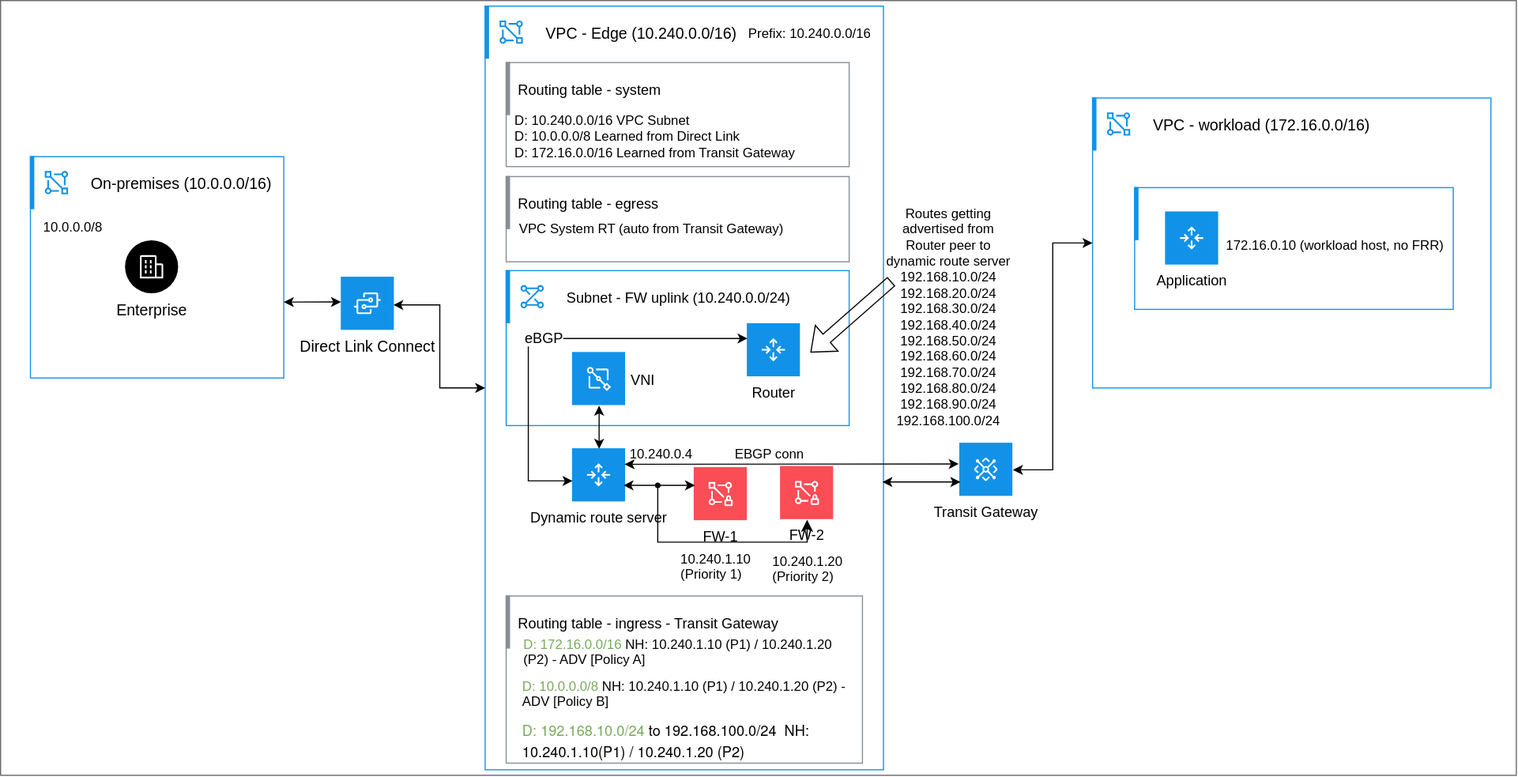
Before: images/drs-route-learning-router-peer-group.svg, a diagram exported from draw.io (ibm-cloud-docs/vpc). Source tidied: cells renumbered, new cells last; positions are measured from the earlier drawing's top-left corner, leaving out a move shared by most shapes.
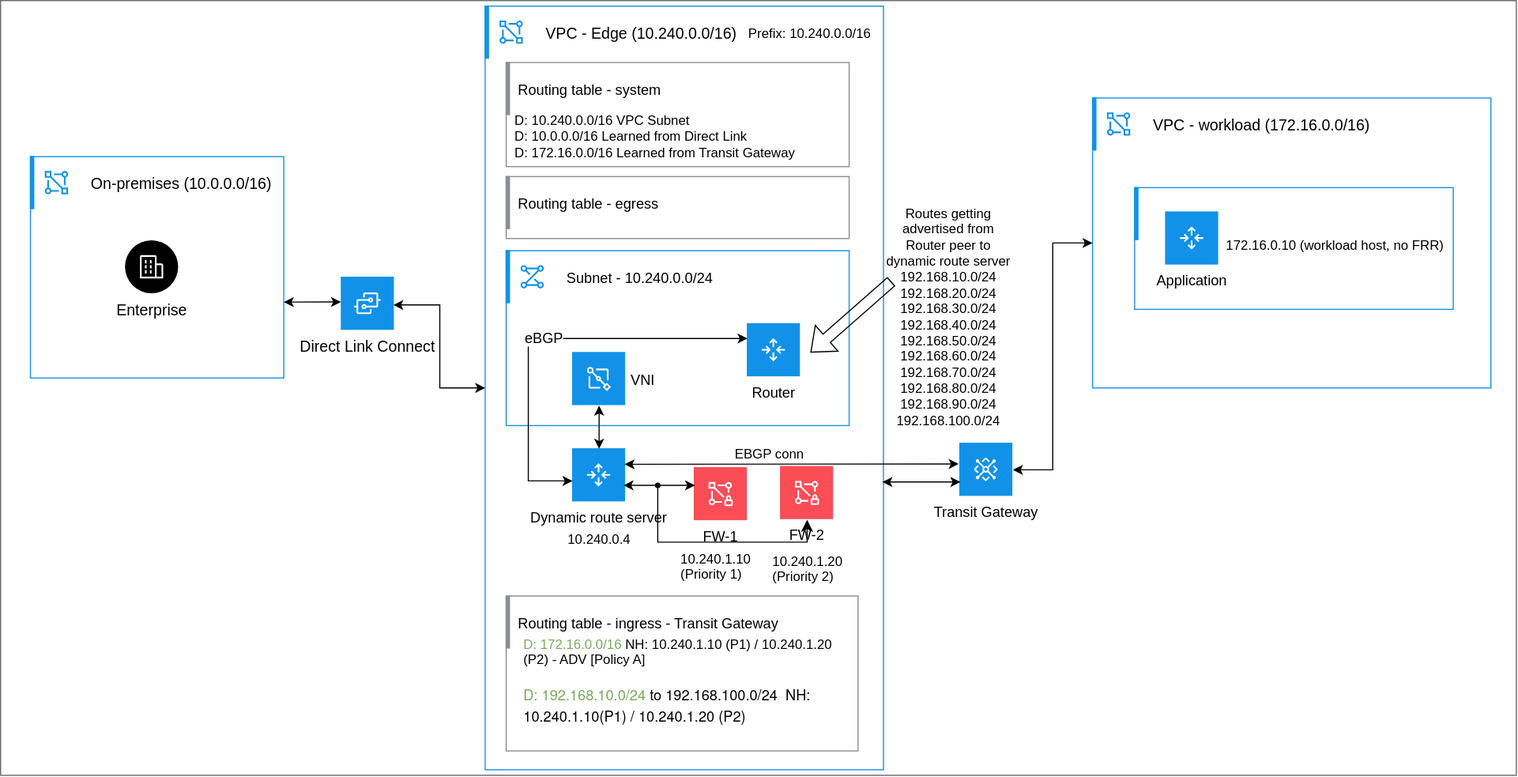
After the change.

The edit, as a diff of the source:
```diff
@@ -28,22 +28,19 @@
     <mxCell id="9" value="Routing table - system" style="shape=rect;fillColor=#878D96;labelPosition=right;verticalLabelPosition=middle;align=left;verticalAlign=middle;strokeColor=none;spacingLeft=5;fontSize=13;" parent="8" vertex="1">
       <mxGeometry width="4" height="48" relative="1" as="geometry" />
     </mxCell>
-    <mxCell id="10" value="D: 10.240.0.0/16 VPC Subnet&lt;br&gt;D: 10.0.0.0/8 Learned from Direct Link&lt;br&gt;D: 172.16.0.0/16 Learned from Transit Gateway" style="text;html=1;align=left;verticalAlign=top;whiteSpace=wrap;rounded=0;fontSize=12;" parent="1" vertex="1">
+    <mxCell id="10" value="D: 10.240.0.0/16 VPC Subnet&lt;br&gt;D: 10.0.0.0/16 Learned from Direct Link&lt;br&gt;D: 172.16.0.0/16 Learned from Transit Gateway" style="text;html=1;align=left;verticalAlign=top;whiteSpace=wrap;rounded=0;fontSize=12;" parent="1" vertex="1">
       <mxGeometry x="463" y="95" width="295" height="60" as="geometry" />
     </mxCell>
     <mxCell id="11" style="html=1;whiteSpace=wrap;strokeColor=#878D96;fillColor=none;strokeWidth=1;" parent="1" vertex="1">
-      <mxGeometry x="457" y="159" width="310" height="77" as="geometry" />
+      <mxGeometry x="457" y="159" width="310" height="56" as="geometry" />
     </mxCell>
     <mxCell id="12" value="Routing table - egress" style="shape=rect;fillColor=#878D96;labelPosition=right;verticalLabelPosition=middle;align=left;verticalAlign=middle;strokeColor=none;spacingLeft=5;fontSize=13;" parent="11" vertex="1">
       <mxGeometry width="4" height="48" relative="1" as="geometry" />
     </mxCell>
-    <mxCell id="13" value="VPC System RT (auto from Transit Gateway)" style="text;html=1;align=left;verticalAlign=top;whiteSpace=wrap;rounded=0;fontSize=12;" parent="1" vertex="1">
-      <mxGeometry x="467" y="193" width="295" height="20" as="geometry" />
-    </mxCell>
     <mxCell id="14" style="html=1;whiteSpace=wrap;strokeColor=#1192E8;fillColor=none;strokeWidth=1;" parent="1" vertex="1">
-      <mxGeometry x="457" y="244" width="310" height="140" as="geometry" />
+      <mxGeometry x="457" y="226" width="310" height="158" as="geometry" />
     </mxCell>
-    <mxCell id="15" value="Subnet - FW uplink (10.240.0.0/24)" style="shape=rect;fillColor=none;labelPosition=right;verticalLabelPosition=middle;align=left;verticalAlign=middle;strokeColor=none;spacingLeft=5;fontSize=13;" parent="14" vertex="1">
+    <mxCell id="15" value="Subnet - 10.240.0.0/24" style="shape=rect;fillColor=none;labelPosition=right;verticalLabelPosition=middle;align=left;verticalAlign=middle;strokeColor=none;spacingLeft=5;fontSize=13;" parent="14" vertex="1">
       <mxGeometry width="48" height="48" relative="1" as="geometry" />
     </mxCell>
     <mxCell id="16" style="fillColor=#1192E8;shape=mxgraph.ibm_cloud.ibm-cloud--subnets;strokeColor=none;dashed=0;html=1;labelPosition=center;verticalLabelPosition=bottom;verticalAlign=top;" parent="15" vertex="1">
@@ -63,7 +60,7 @@
       </mxGeometry>
     </mxCell>
     <mxCell id="20" value="10.240.0.4" style="text;html=1;align=left;verticalAlign=top;whiteSpace=wrap;rounded=0;fontSize=12;" parent="1" vertex="1">
-      <mxGeometry x="567" y="396" width="100" height="20" as="geometry" />
+      <mxGeometry x="511" y="472.5" width="60" height="20" as="geometry" />
     </mxCell>
     <mxCell id="21" value="Dynamic route server" style="shape=rect;fillColor=#1192E8;labelPosition=center;verticalLabelPosition=bottom;align=center;verticalAlign=top;strokeColor=none;fontSize=13;" parent="1" vertex="1">
       <mxGeometry x="517" y="405" width="48" height="48" as="geometry" />
@@ -88,7 +85,7 @@
       <mxGeometry x="613" y="491" width="67" height="43" as="geometry" />
     </mxCell>
     <mxCell id="27" style="html=1;whiteSpace=wrap;strokeColor=#878D96;fillColor=none;strokeWidth=1;" parent="1" vertex="1">
-      <mxGeometry x="457" y="538" width="322" height="151" as="geometry" />
+      <mxGeometry x="457" y="538" width="318" height="140" as="geometry" />
     </mxCell>
     <mxCell id="28" value="Routing table - ingress - Transit Gateway" style="shape=rect;fillColor=#878D96;labelPosition=right;verticalLabelPosition=middle;align=left;verticalAlign=middle;strokeColor=none;spacingLeft=5;fontSize=13;" parent="27" vertex="1">
       <mxGeometry width="4" height="48" relative="1" as="geometry" />
@@ -96,9 +93,6 @@
     <mxCell id="29" value="&lt;span style=&quot;color: rgb(119, 171, 91);&quot;&gt;D: 172.16.0.0/16&lt;/span&gt; NH: 10.240.1.10 (P1) / 10.240.1.20 (P2) - ADV [Policy A]" style="text;html=1;align=left;verticalAlign=top;whiteSpace=wrap;rounded=0;fontSize=12;" parent="1" vertex="1">
       <mxGeometry x="470.5" y="568" width="295" height="15" as="geometry" />
     </mxCell>
-    <mxCell id="30" value="&lt;span style=&quot;color: rgb(119, 171, 91);&quot;&gt;D: 10.0.0.0/8&lt;/span&gt; NH: 10.240.1.10 (P1) / 10.240.1.20 (P2) - ADV [Policy B]" style="text;html=1;align=left;verticalAlign=top;whiteSpace=wrap;rounded=0;fontSize=12;" parent="1" vertex="1">
-      <mxGeometry x="469.5" y="606" width="295" height="15" as="geometry" />
-    </mxCell>
     <mxCell id="31" value="Transit Gateway" style="shape=rect;fillColor=#1192E8;labelPosition=center;verticalLabelPosition=bottom;align=center;verticalAlign=top;strokeColor=none;fontSize=13;" parent="1" vertex="1">
       <mxGeometry x="867" y="400" width="48" height="48" as="geometry" />
     </mxCell>
@@ -160,9 +154,6 @@
     <mxCell id="47" style="shape=rect;fillColor=#1192E8;labelPosition=right;verticalLabelPosition=middle;align=left;verticalAlign=middle;strokeColor=none;spacingLeft=5;fontSize=14;" parent="44" vertex="1">
       <mxGeometry width="4" height="48" relative="1" as="geometry" />
     </mxCell>
-    <mxCell id="48" value="10.0.0.0/8" style="text;html=1;align=left;verticalAlign=top;whiteSpace=wrap;rounded=0;fontSize=12;" parent="1" vertex="1">
-      <mxGeometry x="37" y="191" width="60" height="20" as="geometry" />
-    </mxCell>
     <mxCell id="49" value="EBGP conn" style="text;html=1;align=left;verticalAlign=top;whiteSpace=wrap;rounded=0;fontSize=12;" parent="1" vertex="1">
       <mxGeometry x="662" y="396" width="72" height="20" as="geometry" />
     </mxCell>
@@ -243,7 +234,7 @@
       </mxGeometry>
     </mxCell>
     <mxCell id="65" value="&lt;p class=&quot;p1&quot; style=&quot;margin: 0px; font-style: normal; font-variant: normal; font-size-adjust: none; font-language-override: normal; font-kerning: auto; font-optical-sizing: auto; font-feature-settings: normal; font-variation-settings: normal; font-stretch: normal; font-size: 13px; line-height: normal; font-family: &amp;quot;Helvetica Neue&amp;quot;;&quot;&gt;&lt;span style=&quot;color: rgb(119, 171, 91);&quot;&gt;D: 192.168.10.0/24&lt;/span&gt; to 192.168.100.0/24&amp;nbsp; NH: 10.240.1.10(P1) / 10.240.1.20 (P2)&lt;/p&gt;" style="text;html=1;align=left;verticalAlign=top;whiteSpace=wrap;rounded=0;fontSize=12;" parent="1" vertex="1">
-      <mxGeometry x="469.5" y="643" width="313" height="20" as="geometry" />
+      <mxGeometry x="470.5" y="611" width="284.5" height="20" as="geometry" />
     </mxCell>
     <mxCell id="66" value="Direct Link Connect" style="shape=rect;fillColor=#1192E8;labelPosition=center;verticalLabelPosition=bottom;align=center;verticalAlign=top;strokeColor=none;fontSize=14;" parent="1" vertex="1">
       <mxGeometry x="308" y="250" width="48" height="48" as="geometry" />
```
